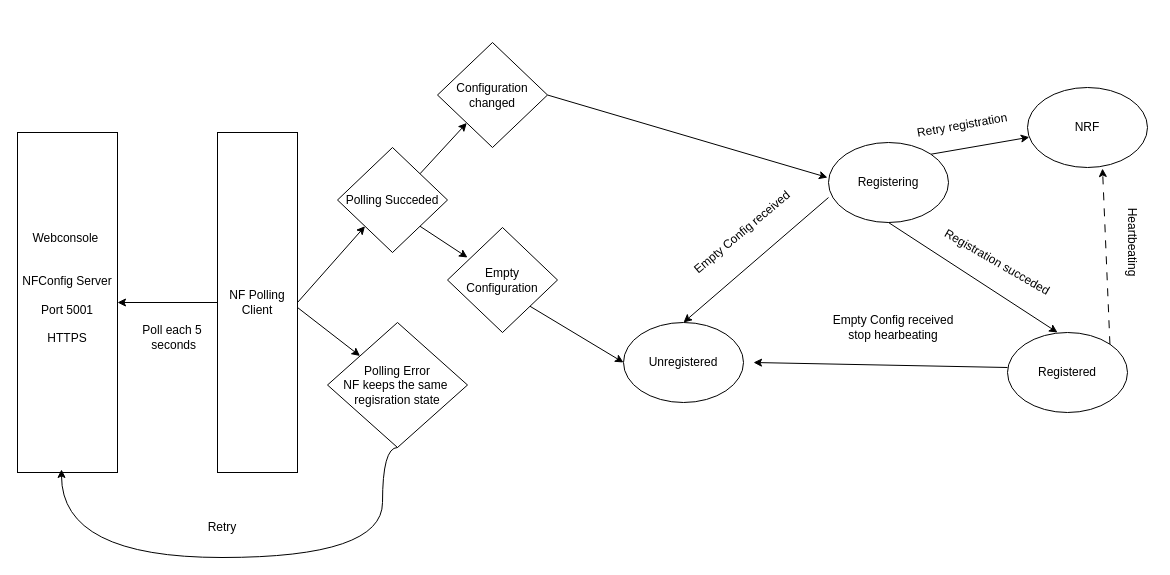
Earlier version of the draw.io diagram page "Page-1" (1 of 2) of docs/images/Flow-Diagram.drawio (omec-project/udr). Source tidied: cells renumbered, new cells numbered last; positions are measured from the earlier drawing's top-left corner, leaving out a move shared by most shapes. Both pictures are drawn from the tidied source at 100%, with x=0, y=0 at pixel (17, 42).
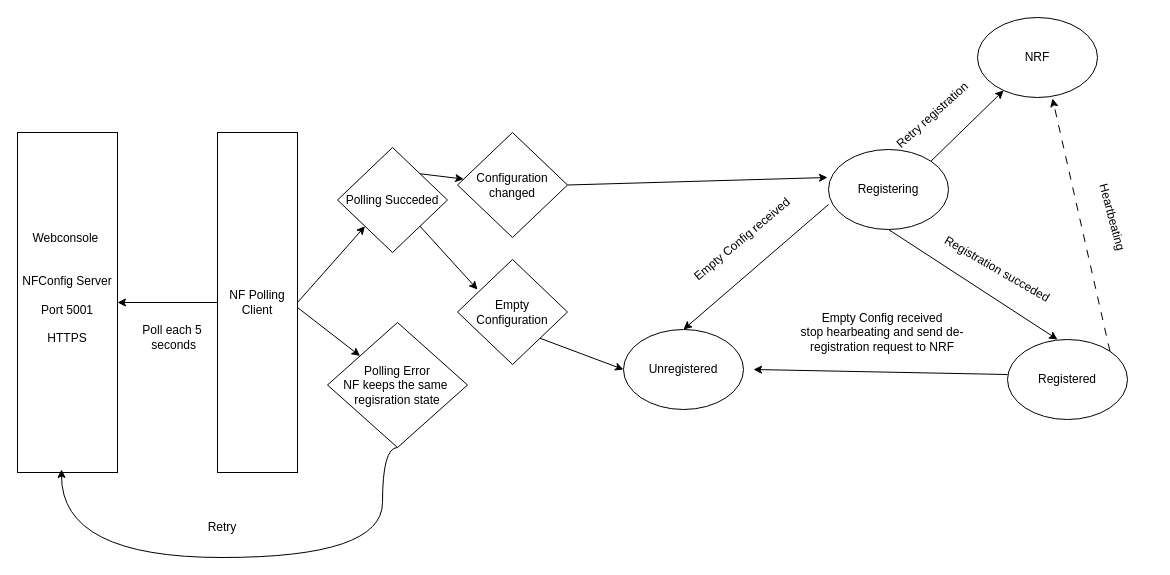
Above is the later version.

Commit message (it also covers changes not shown here):
chore: update explanation for empty config received

The edit, as a diff of the source:
```diff
@@
     <mxCell id="3" value="Registering" style="ellipse;whiteSpace=wrap;html=1;fillColor=light-dark(#FFFFFF,#999900);" parent="1" vertex="1">
-      <mxGeometry x="811" y="100" width="120" height="80" as="geometry" />
+      <mxGeometry x="811" y="107" width="120" height="80" as="geometry" />
     </mxCell>
     <mxCell id="4" value="Registered" style="ellipse;whiteSpace=wrap;html=1;fillColor=light-dark(#FFFFFF,#1A3300);" parent="1" vertex="1">
-      <mxGeometry x="990" y="290" width="120" height="80" as="geometry" />
+      <mxGeometry x="990" y="297" width="120" height="80" as="geometry" />
     </mxCell>
     <mxCell id="5" value="Unregistered" style="ellipse;whiteSpace=wrap;html=1;fillColor=light-dark(#FFFFFF,#CC0000);" parent="1" vertex="1">
-      <mxGeometry x="606" y="280" width="120" height="80" as="geometry" />
+      <mxGeometry x="606" y="287" width="120" height="80" as="geometry" />
     </mxCell>
     <mxCell id="6" value="NRF" style="ellipse;whiteSpace=wrap;html=1;fillColor=light-dark(#FFFFFF,#000033);" parent="1" vertex="1">
-      <mxGeometry x="1010" y="45" width="120" height="80" as="geometry" />
+      <mxGeometry x="960" y="-25" width="120" height="80" as="geometry" />
     </mxCell>
@@
     <mxCell id="8" value="Empty Config received" style="text;strokeColor=none;align=center;fillColor=none;html=1;verticalAlign=middle;whiteSpace=wrap;rounded=0;rotation=-40;" parent="1" vertex="1">
-      <mxGeometry x="650" y="170" width="150" height="40" as="geometry" />
+      <mxGeometry x="650" y="177" width="150" height="40" as="geometry" />
     </mxCell>
@@
     <mxCell id="10" value="Registration succeded" style="text;strokeColor=none;align=center;fillColor=none;html=1;verticalAlign=middle;whiteSpace=wrap;rounded=0;rotation=30;" parent="1" vertex="1">
-      <mxGeometry x="900" y="185" width="160" height="70" as="geometry" />
+      <mxGeometry x="900" y="192" width="160" height="70" as="geometry" />
     </mxCell>
     <mxCell id="11" style="endArrow=classic;html=1;rounded=0;" parent="1" edge="1">
       <mxGeometry relative="1" as="geometry">
-        <mxPoint x="990" y="325" as="sourcePoint" />
-        <mxPoint x="736" y="320" as="targetPoint" />
+        <mxPoint x="990" y="332" as="sourcePoint" />
+        <mxPoint x="736" y="327" as="targetPoint" />
       </mxGeometry>
     </mxCell>
-    <mxCell id="12" value="Empty Config received&lt;br&gt;stop hearbeating" style="text;strokeColor=none;align=center;fillColor=none;html=1;verticalAlign=middle;whiteSpace=wrap;rounded=0;rotation=0;" parent="1" vertex="1">
-      <mxGeometry x="801.1" y="265" width="150" height="40" as="geometry" />
+    <mxCell id="12" value="Empty Config received&lt;br&gt;stop hearbeating and send de-registration request to NRF" style="text;strokeColor=none;align=center;fillColor=none;html=1;verticalAlign=middle;whiteSpace=wrap;rounded=0;rotation=0;" parent="1" vertex="1">
+      <mxGeometry x="760" y="265" width="210" height="50" as="geometry" />
     </mxCell>
@@
     <mxCell id="19" value="Configuration changed" style="rhombus;whiteSpace=wrap;html=1;fillColor=light-dark(#FFFFFF,#666600);" parent="1" vertex="1">
-      <mxGeometry x="420" width="110" height="105" as="geometry" />
+      <mxGeometry x="440" y="90" width="110" height="105" as="geometry" />
     </mxCell>
     <mxCell id="20" value="Empty Configuration" style="rhombus;whiteSpace=wrap;html=1;fillColor=light-dark(#FFFFFF,#FFB570);" parent="1" vertex="1">
-      <mxGeometry x="430" y="185" width="110" height="105" as="geometry" />
+      <mxGeometry x="440" y="217" width="110" height="105" as="geometry" />
     </mxCell>
@@
-    <mxCell id="30" value="Retry registration" style="text;strokeColor=none;align=center;fillColor=none;html=1;verticalAlign=middle;whiteSpace=wrap;rounded=0;rotation=-10;" parent="1" vertex="1">
-      <mxGeometry x="870" y="65" width="150" height="35" as="geometry" />
+    <mxCell id="30" value="Retry registration" style="text;strokeColor=none;align=center;fillColor=none;html=1;verticalAlign=middle;whiteSpace=wrap;rounded=0;rotation=-42;" parent="1" vertex="1">
+      <mxGeometry x="840" y="55" width="150" height="35" as="geometry" />
     </mxCell>
-    <mxCell id="31" value="Heartbeating" style="text;strokeColor=none;align=center;fillColor=none;html=1;verticalAlign=middle;whiteSpace=wrap;rounded=0;rotation=90;" parent="1" vertex="1">
-      <mxGeometry x="1040" y="180" width="150" height="40" as="geometry" />
+    <mxCell id="31" value="Heartbeating" style="text;strokeColor=none;align=center;fillColor=none;html=1;verticalAlign=middle;whiteSpace=wrap;rounded=0;rotation=75;" parent="1" vertex="1">
+      <mxGeometry x="1020" y="155" width="150" height="40" as="geometry" />
     </mxCell>
```
